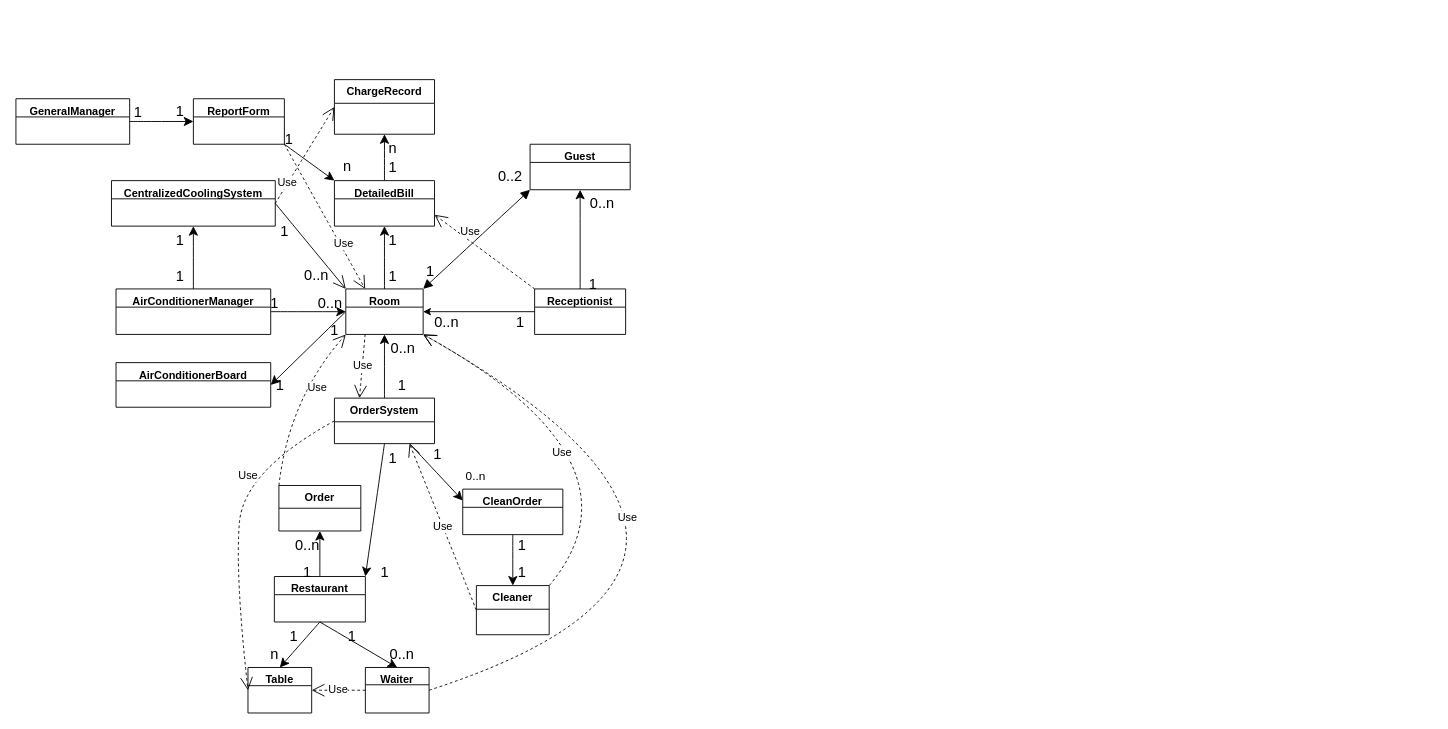
This is UML.drawio from lyhkk/Test, a draw.io file, before an edit. Source tidied: cells renumbered, new cells numbered last; positions are measured from the earlier drawing's top-left corner, leaving out a move shared by most shapes. Both pictures are drawn from the tidied source at 91%, with x=0, y=0 at pixel (15, 79).
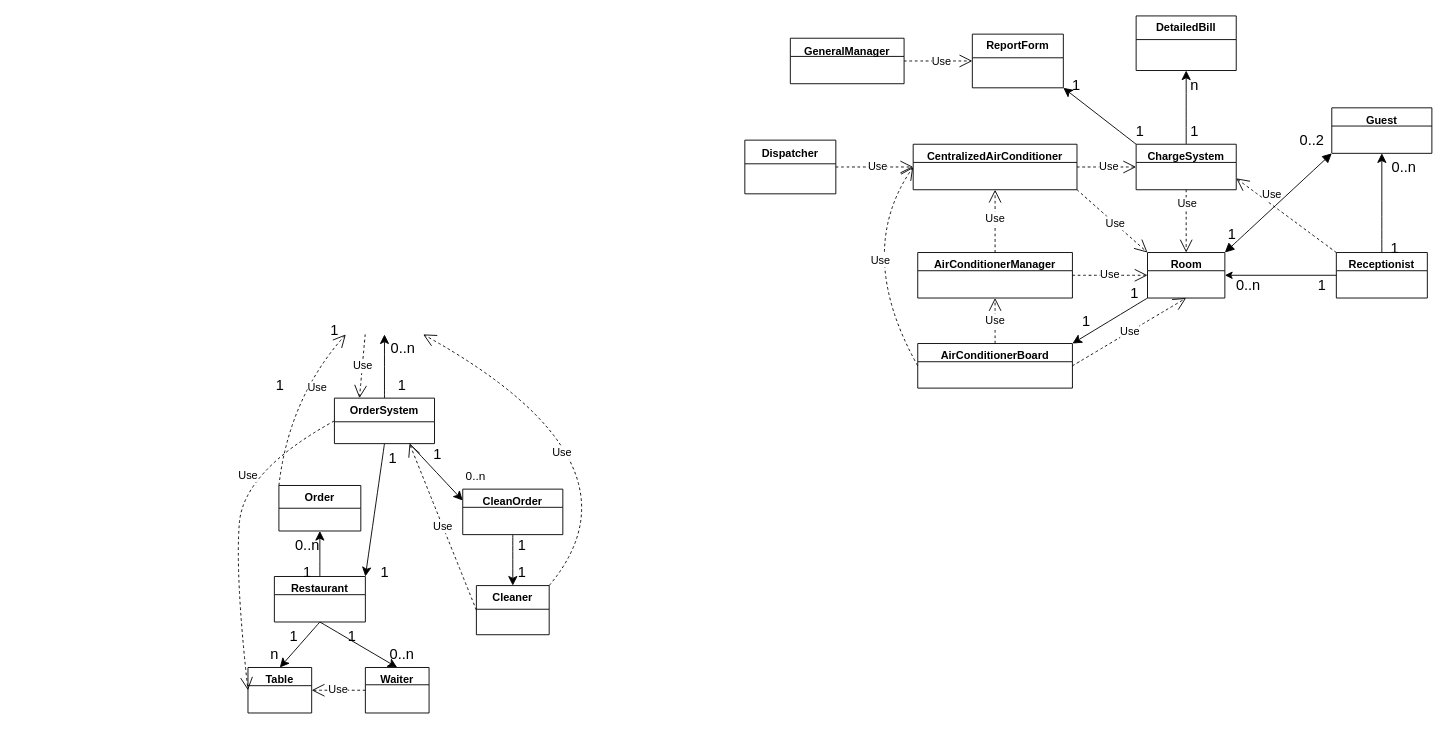
The same diagram, later.

Unchanged cells that the change refers to:
```xml
<mxCell id="45" value="OrderSystem" style="swimlane;fontStyle=1;align=center;verticalAlign=top;horizontal=1;startSize=26;whiteSpace=wrap;html=1;" parent="1" vertex="1" collapsed="1">
  <mxGeometry x="350" y="350" width="110" height="50" as="geometry" />
</mxCell>
<mxCell id="56" value="Order" style="swimlane;fontStyle=1;align=center;verticalAlign=top;horizontal=1;startSize=25;whiteSpace=wrap;html=1;" parent="1" vertex="1" collapsed="1">
  <mxGeometry x="289" y="446" width="90" height="50" as="geometry" />
</mxCell>
<mxCell id="57" value="Waiter" style="swimlane;fontStyle=1;align=center;verticalAlign=top;horizontal=1;startSize=19;whiteSpace=wrap;html=1;" parent="1" vertex="1" collapsed="1">
  <mxGeometry x="384" y="646" width="70" height="50" as="geometry" />
</mxCell>
<mxCell id="65" value="&lt;b&gt;Cleaner&lt;/b&gt;" style="swimlane;fontStyle=0;horizontal=1;startSize=26;fillColor=none;whiteSpace=wrap;html=1;" parent="1" vertex="1" collapsed="1">
  <mxGeometry x="506" y="556" width="80" height="54" as="geometry" />
</mxCell>
```

Diff of the diagram source:
```diff
@@
-    <mxCell id="2" style="edgeStyle=none;curved=1;rounded=0;jettySize=auto;html=1;exitX=0.5;exitY=0;exitDx=0;exitDy=0;entryX=0.5;entryY=1;entryDx=0;entryDy=0;fontSize=12;startSize=8;endSize=8;" parent="1" edge="1" source="4" target="10">
-      <mxGeometry relative="1" as="geometry" />
-    </mxCell>
-    <mxCell id="3" style="edgeStyle=none;curved=1;rounded=0;jettySize=auto;html=1;exitX=0;exitY=0.5;exitDx=0;exitDy=0;entryX=1;entryY=0.5;entryDx=0;entryDy=0;fontSize=12;startSize=8;endSize=8;" parent="1" edge="1" source="4" target="16">
+    <mxCell id="3" style="edgeStyle=none;curved=1;rounded=0;jettySize=auto;html=1;exitX=0;exitY=1;exitDx=0;exitDy=0;entryX=1;entryY=0;entryDx=0;entryDy=0;fontSize=12;startSize=8;endSize=8;" parent="1" edge="1" source="4" target="16">
       <mxGeometry relative="1" as="geometry" />
     </mxCell>
     <mxCell id="4" value="Room" style="swimlane;fontStyle=1;align=center;verticalAlign=top;horizontal=1;startSize=20;whiteSpace=wrap;html=1;" parent="1" vertex="1" collapsed="1">
-      <mxGeometry x="362.5" y="230" width="85" height="50" as="geometry" />
+      <mxGeometry x="1243.5" y="190" width="85" height="50" as="geometry" />
     </mxCell>
-    <mxCell id="5" style="edgeStyle=none;curved=1;rounded=0;jettySize=auto;html=1;exitX=0.5;exitY=0;exitDx=0;exitDy=0;entryX=0.5;entryY=1;entryDx=0;entryDy=0;fontSize=12;startSize=8;endSize=8;" parent="1" edge="1" source="7" target="17">
-      <mxGeometry relative="1" as="geometry" />
-    </mxCell>
-    <mxCell id="6" style="edgeStyle=none;curved=1;rounded=0;jettySize=auto;html=1;exitX=1;exitY=0.5;exitDx=0;exitDy=0;entryX=0;entryY=0.5;entryDx=0;entryDy=0;fontSize=12;startSize=8;endSize=8;" parent="1" edge="1" source="7" target="4">
-      <mxGeometry relative="1" as="geometry" />
-    </mxCell>
     <mxCell id="7" value="AirConditionerManager" style="swimlane;fontStyle=1;align=center;verticalAlign=top;horizontal=1;startSize=20;whiteSpace=wrap;html=1;" parent="1" vertex="1" collapsed="1">
-      <mxGeometry x="110" y="230" width="170" height="50" as="geometry" />
+      <mxGeometry x="991" y="190" width="170" height="50" as="geometry" />
     </mxCell>
     <mxCell id="8" value="Guest" style="swimlane;fontStyle=1;align=center;verticalAlign=top;horizontal=1;startSize=20;whiteSpace=wrap;html=1;" parent="1" vertex="1" collapsed="1">
-      <mxGeometry x="565" y="71" width="110" height="50" as="geometry" />
+      <mxGeometry x="1446" y="31" width="110" height="50" as="geometry" />
     </mxCell>
@@
+    <mxCell id="83" style="edgeStyle=none;curved=1;rounded=0;jettySize=auto;html=1;exitX=0;exitY=0;exitDx=0;exitDy=0;entryX=1;entryY=1;entryDx=0;entryDy=0;fontSize=12;startSize=8;endSize=8;" parent="1" edge="1" source="10" target="34">
+      <mxGeometry relative="1" as="geometry" />
+    </mxCell>
-    <mxCell id="10" value="DetailedBill" style="swimlane;fontStyle=1;align=center;verticalAlign=top;horizontal=1;startSize=20;whiteSpace=wrap;html=1;" parent="1" vertex="1" collapsed="1">
-      <mxGeometry x="350" y="111" width="110" height="50" as="geometry" />
+    <mxCell id="10" value="ChargeSystem" style="swimlane;fontStyle=1;align=center;verticalAlign=top;horizontal=1;startSize=20;whiteSpace=wrap;html=1;" parent="1" vertex="1" collapsed="1">
+      <mxGeometry x="1231" y="71" width="110" height="50" as="geometry" />
     </mxCell>
@@
     <mxCell id="13" value="Receptionist" style="swimlane;fontStyle=1;align=center;verticalAlign=top;horizontal=1;startSize=20;whiteSpace=wrap;html=1;" parent="1" vertex="1" collapsed="1">
-      <mxGeometry x="570" y="230" width="100" height="50" as="geometry" />
+      <mxGeometry x="1451" y="190" width="100" height="50" as="geometry" />
     </mxCell>
-    <mxCell id="14" style="edgeStyle=none;curved=1;rounded=0;jettySize=auto;html=1;exitX=1;exitY=0.5;exitDx=0;exitDy=0;fontSize=12;startSize=8;endSize=8;entryX=0;entryY=0.5;entryDx=0;entryDy=0;" parent="1" edge="1" source="15" target="34">
-      <mxGeometry relative="1" as="geometry" />
-    </mxCell>
     <mxCell id="15" value="GeneralManager" style="swimlane;fontStyle=1;align=center;verticalAlign=top;horizontal=1;startSize=20;whiteSpace=wrap;html=1;" parent="1" vertex="1" collapsed="1">
-      <mxGeometry y="21" width="125" height="50" as="geometry" />
+      <mxGeometry x="851" y="-45.5" width="125" height="50" as="geometry" />
     </mxCell>
     <mxCell id="16" value="AirConditionerBoard" style="swimlane;fontStyle=1;align=center;verticalAlign=top;horizontal=1;startSize=20;whiteSpace=wrap;html=1;" parent="1" vertex="1" collapsed="1">
-      <mxGeometry x="110" y="311" width="170" height="49" as="geometry" />
+      <mxGeometry x="991" y="290" width="170" height="49" as="geometry" />
     </mxCell>
-    <mxCell id="17" value="CentralizedCoolingSystem" style="swimlane;fontStyle=1;align=center;verticalAlign=top;horizontal=1;startSize=20;whiteSpace=wrap;html=1;" parent="1" vertex="1" collapsed="1">
-      <mxGeometry x="105" y="111" width="180" height="50" as="geometry" />
+    <mxCell id="17" value="CentralizedAirConditioner" style="swimlane;fontStyle=1;align=center;verticalAlign=top;horizontal=1;startSize=20;whiteSpace=wrap;html=1;" parent="1" vertex="1" collapsed="1">
+      <mxGeometry x="986" y="71" width="180" height="50" as="geometry" />
     </mxCell>
-    <mxCell id="18" value="Use" style="endArrow=open;endSize=12;dashed=1;html=1;rounded=0;fontSize=12;curved=1;exitX=1;exitY=0.5;exitDx=0;exitDy=0;entryX=0;entryY=0.5;entryDx=0;entryDy=0;" parent="1" edge="1" source="17" target="35">
-      <mxGeometry x="-0.56" y="1" relative="1" as="geometry">
-        <mxPoint y="1" as="offset" />
-      </mxGeometry>
+    <mxCell id="18" value="Use" style="endArrow=open;endSize=12;dashed=1;html=1;rounded=0;fontSize=12;curved=1;exitX=1;exitY=0.5;exitDx=0;exitDy=0;entryX=0;entryY=0.5;entryDx=0;entryDy=0;" parent="1" edge="1" source="17" target="10">
+      <mxGeometry x="0.08" relative="1" as="geometry" />
     </mxCell>
@@
-    <mxCell id="20" value="1" style="text;html=1;align=center;verticalAlign=middle;strokeColor=none;fillColor=none;fontSize=16;" parent="1" vertex="1">
-      <mxGeometry x="165" y="201" width="30" height="30" as="geometry" />
-    </mxCell>
-    <mxCell id="21" value="1" style="text;html=1;align=center;verticalAlign=middle;strokeColor=none;fillColor=none;fontSize=16;" parent="1" vertex="1">
-      <mxGeometry x="165" y="161" width="30" height="30" as="geometry" />
-    </mxCell>
@@
-    <mxCell id="24" value="1" style="text;html=1;align=center;verticalAlign=middle;strokeColor=none;fillColor=none;fontSize=16;" parent="1" vertex="1">
-      <mxGeometry x="399" y="201" width="30" height="30" as="geometry" />
-    </mxCell>
-    <mxCell id="25" value="1" style="text;html=1;align=center;verticalAlign=middle;strokeColor=none;fillColor=none;fontSize=16;" parent="1" vertex="1">
-      <mxGeometry x="399" y="161" width="30" height="30" as="geometry" />
-    </mxCell>
     <mxCell id="26" value="1" style="text;html=1;align=center;verticalAlign=middle;strokeColor=none;fillColor=none;fontSize=16;" parent="1" vertex="1">
-      <mxGeometry x="440" y="195" width="30" height="30" as="geometry" />
+      <mxGeometry x="1321" y="155" width="30" height="30" as="geometry" />
     </mxCell>
     <mxCell id="27" value="0..n" style="text;html=1;align=center;verticalAlign=middle;strokeColor=none;fillColor=none;fontSize=16;" parent="1" vertex="1">
-      <mxGeometry x="447.5" y="251" width="50" height="30" as="geometry" />
+      <mxGeometry x="1328.5" y="211" width="50" height="30" as="geometry" />
     </mxCell>
     <mxCell id="28" value="1" style="text;html=1;align=center;verticalAlign=middle;strokeColor=none;fillColor=none;fontSize=16;" parent="1" vertex="1">
-      <mxGeometry x="539" y="251" width="30" height="30" as="geometry" />
+      <mxGeometry x="1420" y="211" width="30" height="30" as="geometry" />
     </mxCell>
@@
     <mxCell id="30" value="0..2" style="text;html=1;align=center;verticalAlign=middle;strokeColor=none;fillColor=none;fontSize=16;" parent="1" vertex="1">
-      <mxGeometry x="517.5" y="91" width="50" height="30" as="geometry" />
+      <mxGeometry x="1398.5" y="51" width="50" height="30" as="geometry" />
     </mxCell>
     <mxCell id="31" value="0..n" style="text;html=1;align=center;verticalAlign=middle;strokeColor=none;fillColor=none;fontSize=16;" parent="1" vertex="1">
-      <mxGeometry x="619" y="121" width="50" height="30" as="geometry" />
+      <mxGeometry x="1500" y="81" width="50" height="30" as="geometry" />
     </mxCell>
     <mxCell id="32" value="1" style="text;html=1;align=center;verticalAlign=middle;strokeColor=none;fillColor=none;fontSize=16;" parent="1" vertex="1">
-      <mxGeometry x="619" y="210" width="30" height="30" as="geometry" />
+      <mxGeometry x="1500" y="170" width="30" height="30" as="geometry" />
     </mxCell>
-    <mxCell id="33" style="edgeStyle=none;curved=1;rounded=0;jettySize=auto;html=1;exitX=1;exitY=1;exitDx=0;exitDy=0;entryX=0;entryY=0;entryDx=0;entryDy=0;fontSize=12;startSize=8;endSize=8;" parent="1" edge="1" source="34" target="10">
-      <mxGeometry relative="1" as="geometry" />
-    </mxCell>
-    <mxCell id="34" value="ReportForm" style="swimlane;fontStyle=1;align=center;verticalAlign=top;horizontal=1;startSize=20;whiteSpace=wrap;html=1;" parent="1" vertex="1" collapsed="1">
-      <mxGeometry x="195" y="21" width="100" height="50" as="geometry" />
-    </mxCell>
-    <mxCell id="35" value="&lt;b&gt;ChargeRecord&lt;/b&gt;" style="swimlane;fontStyle=0;horizontal=1;startSize=26;fillColor=none;whiteSpace=wrap;html=1;" parent="1" vertex="1" collapsed="1">
-      <mxGeometry x="350" width="110" height="60" as="geometry" />
+    <mxCell id="35" value="&lt;b&gt;DetailedBill&lt;/b&gt;" style="swimlane;fontStyle=0;horizontal=1;startSize=26;fillColor=none;whiteSpace=wrap;html=1;" parent="1" vertex="1" collapsed="1">
+      <mxGeometry x="1231" y="-70" width="110" height="60" as="geometry" />
     </mxCell>
     <mxCell id="36" value="1" style="text;html=1;align=center;verticalAlign=middle;strokeColor=none;fillColor=none;fontSize=16;" parent="1" vertex="1">
-      <mxGeometry x="399" y="81" width="30" height="30" as="geometry" />
+      <mxGeometry x="1280" y="41" width="30" height="30" as="geometry" />
     </mxCell>
     <mxCell id="37" value="n" style="text;html=1;align=center;verticalAlign=middle;strokeColor=none;fillColor=none;fontSize=16;" parent="1" vertex="1">
-      <mxGeometry x="399" y="60" width="30" height="30" as="geometry" />
+      <mxGeometry x="1280" y="-9" width="30" height="30" as="geometry" />
     </mxCell>
-    <mxCell id="38" value="1" style="text;html=1;align=center;verticalAlign=middle;strokeColor=none;fillColor=none;fontSize=16;" parent="1" vertex="1">
-      <mxGeometry x="119" y="21" width="30" height="30" as="geometry" />
-    </mxCell>
-    <mxCell id="39" value="1" style="text;html=1;align=center;verticalAlign=middle;strokeColor=none;fillColor=none;fontSize=16;" parent="1" vertex="1">
-      <mxGeometry x="165" y="20" width="30" height="30" as="geometry" />
-    </mxCell>
-    <mxCell id="40" value="1" style="text;html=1;align=center;verticalAlign=middle;strokeColor=none;fillColor=none;fontSize=16;" parent="1" vertex="1">
-      <mxGeometry x="285" y="50" width="30" height="30" as="geometry" />
-    </mxCell>
-    <mxCell id="41" value="n" style="text;html=1;align=center;verticalAlign=middle;strokeColor=none;fillColor=none;fontSize=16;" parent="1" vertex="1">
-      <mxGeometry x="349" y="80" width="30" height="30" as="geometry" />
-    </mxCell>
-    <mxCell id="42" value="Use" style="endArrow=open;endSize=12;dashed=1;html=1;rounded=0;fontSize=12;curved=1;entryX=0.25;entryY=0;entryDx=0;entryDy=0;exitX=1;exitY=1;exitDx=0;exitDy=0;" parent="1" edge="1" source="34" target="4">
-      <mxGeometry x="0.39" y="4" relative="1" as="geometry" />
-    </mxCell>
-    <mxCell id="43" style="edgeStyle=none;curved=1;rounded=0;jettySize=auto;html=1;exitX=0.5;exitY=0;exitDx=0;exitDy=0;fontSize=12;startSize=8;endSize=8;entryX=0.5;entryY=1;entryDx=0;entryDy=0;" parent="1" edge="1" source="45" target="4">
-      <mxGeometry relative="1" as="geometry" />
+    <mxCell id="43" style="edgeStyle=none;curved=1;rounded=0;jettySize=auto;html=1;exitX=0.5;exitY=0;exitDx=0;exitDy=0;fontSize=12;startSize=8;endSize=8;entryX=0.5;entryY=1;entryDx=0;entryDy=0;" parent="1" edge="1" source="45">
+      <mxGeometry relative="1" as="geometry">
+        <mxPoint x="405" y="280" as="targetPoint" />
+      </mxGeometry>
     </mxCell>
@@
-    <mxCell id="70" value="Use" style="endArrow=open;endSize=12;dashed=1;html=1;rounded=0;fontSize=12;curved=1;exitX=0;exitY=0;exitDx=0;exitDy=0;entryX=0;entryY=1;entryDx=0;entryDy=0;" parent="1" edge="1" source="56" target="4">
+    <mxCell id="70" value="Use" style="endArrow=open;endSize=12;dashed=1;html=1;rounded=0;fontSize=12;curved=1;exitX=0;exitY=0;exitDx=0;exitDy=0;entryX=0;entryY=1;entryDx=0;entryDy=0;" parent="1" edge="1" source="56">
       <mxGeometry x="0.32" y="-16" relative="1" as="geometry">
+        <mxPoint x="362.5" y="280" as="targetPoint" />
         <Array as="points">
           <mxPoint x="300" y="350" />
         </Array>
       </mxGeometry>
     </mxCell>
@@
-    <mxCell id="73" value="Use" style="endArrow=open;endSize=12;dashed=1;html=1;rounded=0;fontSize=12;curved=1;entryX=1;entryY=1;entryDx=0;entryDy=0;exitX=1;exitY=0.5;exitDx=0;exitDy=0;" parent="1" edge="1" source="57" target="4">
-      <mxGeometry x="0.39" y="65" relative="1" as="geometry">
-        <Array as="points">
-          <mxPoint x="890" y="530" />
-        </Array>
-      </mxGeometry>
-    </mxCell>
-    <mxCell id="74" value="Use" style="endArrow=open;endSize=12;dashed=1;html=1;rounded=0;fontSize=12;curved=1;exitX=1;exitY=0;exitDx=0;exitDy=0;entryX=1;entryY=1;entryDx=0;entryDy=0;" parent="1" edge="1" source="65" target="4">
+    <mxCell id="74" value="Use" style="endArrow=open;endSize=12;dashed=1;html=1;rounded=0;fontSize=12;curved=1;exitX=1;exitY=0;exitDx=0;exitDy=0;entryX=1;entryY=1;entryDx=0;entryDy=0;" parent="1" edge="1" source="65">
       <mxGeometry x="0.16" y="40" relative="1" as="geometry">
+        <mxPoint x="447.5" y="280" as="targetPoint" />
         <Array as="points">
           <mxPoint x="700" y="420" />
         </Array>
       </mxGeometry>
     </mxCell>
-    <mxCell id="75" style="endArrow=open;endFill=1;endSize=12;html=1;rounded=0;fontSize=12;curved=1;exitX=1;exitY=0.5;exitDx=0;exitDy=0;entryX=0;entryY=0;entryDx=0;entryDy=0;" parent="1" edge="1" source="17" target="4">
-      <mxGeometry relative="1" as="geometry" />
-    </mxCell>
-    <mxCell id="76" value="1" style="text;html=1;align=center;verticalAlign=middle;strokeColor=none;fillColor=none;fontSize=16;" parent="1" vertex="1">
-      <mxGeometry x="280" y="151" width="30" height="30" as="geometry" />
-    </mxCell>
-    <mxCell id="77" value="0..n" style="text;html=1;align=center;verticalAlign=middle;strokeColor=none;fillColor=none;fontSize=16;" parent="1" vertex="1">
-      <mxGeometry x="305" y="200" width="50" height="30" as="geometry" />
-    </mxCell>
-    <mxCell id="78" value="1" style="text;html=1;align=center;verticalAlign=middle;strokeColor=none;fillColor=none;fontSize=16;" parent="1" vertex="1">
-      <mxGeometry x="269" y="231" width="30" height="30" as="geometry" />
-    </mxCell>
-    <mxCell id="79" value="0..n" style="text;html=1;align=center;verticalAlign=middle;strokeColor=none;fillColor=none;fontSize=16;" parent="1" vertex="1">
-      <mxGeometry x="320" y="230" width="50" height="30" as="geometry" />
-    </mxCell>
-    <mxCell id="80" value="Use" style="endArrow=open;endSize=12;dashed=1;html=1;rounded=0;fontSize=12;curved=1;entryX=0.25;entryY=0;entryDx=0;entryDy=0;exitX=0.25;exitY=1;exitDx=0;exitDy=0;" parent="1" edge="1" source="4" target="45">
-      <mxGeometry relative="1" as="geometry" />
+    <mxCell id="80" value="Use" style="endArrow=open;endSize=12;dashed=1;html=1;rounded=0;fontSize=12;curved=1;entryX=0.25;entryY=0;entryDx=0;entryDy=0;exitX=0.25;exitY=1;exitDx=0;exitDy=0;" parent="1" edge="1" target="45">
+      <mxGeometry relative="1" as="geometry">
+        <mxPoint x="383.8" y="280" as="sourcePoint" />
+      </mxGeometry>
     </mxCell>
@@
+    <mxCell id="84" value="Use" style="endArrow=open;endSize=12;dashed=1;html=1;rounded=0;fontSize=12;curved=1;exitX=0.5;exitY=1;exitDx=0;exitDy=0;entryX=0.5;entryY=0;entryDx=0;entryDy=0;" parent="1" edge="1" source="10" target="4">
+      <mxGeometry x="-0.56" y="1" relative="1" as="geometry">
+        <mxPoint y="1" as="offset" />
+      </mxGeometry>
+    </mxCell>
+    <mxCell id="85" value="Use" style="endArrow=open;endSize=12;dashed=1;html=1;rounded=0;fontSize=12;curved=1;exitX=0.5;exitY=0;exitDx=0;exitDy=0;entryX=0.5;entryY=1;entryDx=0;entryDy=0;" parent="1" edge="1" source="16" target="7">
+      <mxGeometry relative="1" as="geometry" />
+    </mxCell>
+    <mxCell id="6" value="Use" style="endArrow=open;endSize=12;dashed=1;html=1;rounded=0;fontSize=12;curved=1;exitX=1;exitY=0.5;exitDx=0;exitDy=0;entryX=0;entryY=0.5;entryDx=0;entryDy=0;" parent="1" edge="1" source="7" target="4">
+      <mxGeometry relative="1" as="geometry" />
+    </mxCell>
+    <mxCell id="86" value="1" style="text;html=1;align=center;verticalAlign=middle;strokeColor=none;fillColor=none;fontSize=16;" parent="1" vertex="1">
+      <mxGeometry x="1213.5" y="220" width="30" height="30" as="geometry" />
+    </mxCell>
+    <mxCell id="87" value="1" style="text;html=1;align=center;verticalAlign=middle;strokeColor=none;fillColor=none;fontSize=16;" parent="1" vertex="1">
+      <mxGeometry x="1161" y="250" width="30" height="30" as="geometry" />
+    </mxCell>
+    <mxCell id="88" value="Use" style="endArrow=open;endSize=12;dashed=1;html=1;rounded=0;fontSize=12;curved=1;exitX=0;exitY=0.5;exitDx=0;exitDy=0;entryX=0;entryY=0.5;entryDx=0;entryDy=0;" parent="1" edge="1" source="16" target="17">
+      <mxGeometry x="-0.07" y="-21" relative="1" as="geometry">
+        <Array as="points">
+          <mxPoint x="921" y="190" />
+        </Array>
+        <mxPoint y="-1" as="offset" />
+      </mxGeometry>
+    </mxCell>
+    <mxCell id="89" value="Use" style="endArrow=open;endSize=12;dashed=1;html=1;rounded=0;fontSize=12;curved=1;exitX=1;exitY=0.5;exitDx=0;exitDy=0;entryX=0.5;entryY=1;entryDx=0;entryDy=0;" parent="1" edge="1" source="16" target="4">
+      <mxGeometry relative="1" as="geometry" />
+    </mxCell>
+    <mxCell id="75" value="Use" style="endArrow=open;endSize=12;dashed=1;html=1;rounded=0;fontSize=12;curved=1;exitX=1;exitY=1;exitDx=0;exitDy=0;entryX=0;entryY=0;entryDx=0;entryDy=0;" parent="1" edge="1" source="17" target="4">
+      <mxGeometry x="0.08" relative="1" as="geometry" />
+    </mxCell>
+    <mxCell id="90" value="Dispatcher" style="swimlane;fontStyle=1;align=center;verticalAlign=top;horizontal=1;startSize=26;whiteSpace=wrap;html=1;" parent="1" vertex="1" collapsed="1">
+      <mxGeometry x="801" y="66.5" width="100" height="59" as="geometry" />
+    </mxCell>
+    <mxCell id="91" value="Use" style="endArrow=open;endSize=12;dashed=1;html=1;rounded=0;fontSize=12;curved=1;exitX=1;exitY=0.5;exitDx=0;exitDy=0;entryX=0;entryY=0.5;entryDx=0;entryDy=0;" parent="1" edge="1" source="90" target="17">
+      <mxGeometry x="0.08" relative="1" as="geometry" />
+    </mxCell>
+    <mxCell id="5" value="Use" style="endArrow=open;endSize=12;dashed=1;html=1;rounded=0;fontSize=12;curved=1;exitX=0.5;exitY=0;exitDx=0;exitDy=0;entryX=0.5;entryY=1;entryDx=0;entryDy=0;" parent="1" edge="1" source="7" target="17">
+      <mxGeometry x="0.08" relative="1" as="geometry" />
+    </mxCell>
+    <mxCell id="34" value="&lt;b&gt;ReportForm&lt;/b&gt;" style="swimlane;fontStyle=0;horizontal=1;startSize=26;fillColor=none;whiteSpace=wrap;html=1;" parent="1" vertex="1" collapsed="1">
+      <mxGeometry x="1051" y="-50" width="100" height="59" as="geometry" />
+    </mxCell>
+    <mxCell id="92" style="edgeStyle=none;curved=1;rounded=0;orthogonalLoop=1;jettySize=auto;html=1;exitX=0.5;exitY=0;exitDx=0;exitDy=0;fontSize=12;startSize=8;endSize=8;" parent="1" edge="1" source="34" target="34">
+      <mxGeometry relative="1" as="geometry" />
+    </mxCell>
+    <mxCell id="93" value="1" style="text;html=1;align=center;verticalAlign=middle;strokeColor=none;fillColor=none;fontSize=16;" parent="1" vertex="1">
+      <mxGeometry x="1150" y="-9" width="30" height="30" as="geometry" />
+    </mxCell>
+    <mxCell id="94" value="1" style="text;html=1;align=center;verticalAlign=middle;strokeColor=none;fillColor=none;fontSize=16;" parent="1" vertex="1">
+      <mxGeometry x="1220" y="41" width="30" height="30" as="geometry" />
+    </mxCell>
+    <mxCell id="14" value="Use" style="endArrow=open;endSize=12;dashed=1;html=1;rounded=0;fontSize=12;curved=1;exitX=1;exitY=0.5;exitDx=0;exitDy=0;entryX=0;entryY=0.5;entryDx=0;entryDy=0;" parent="1" edge="1" source="15" target="34">
+      <mxGeometry x="0.08" relative="1" as="geometry" />
+    </mxCell>
```
